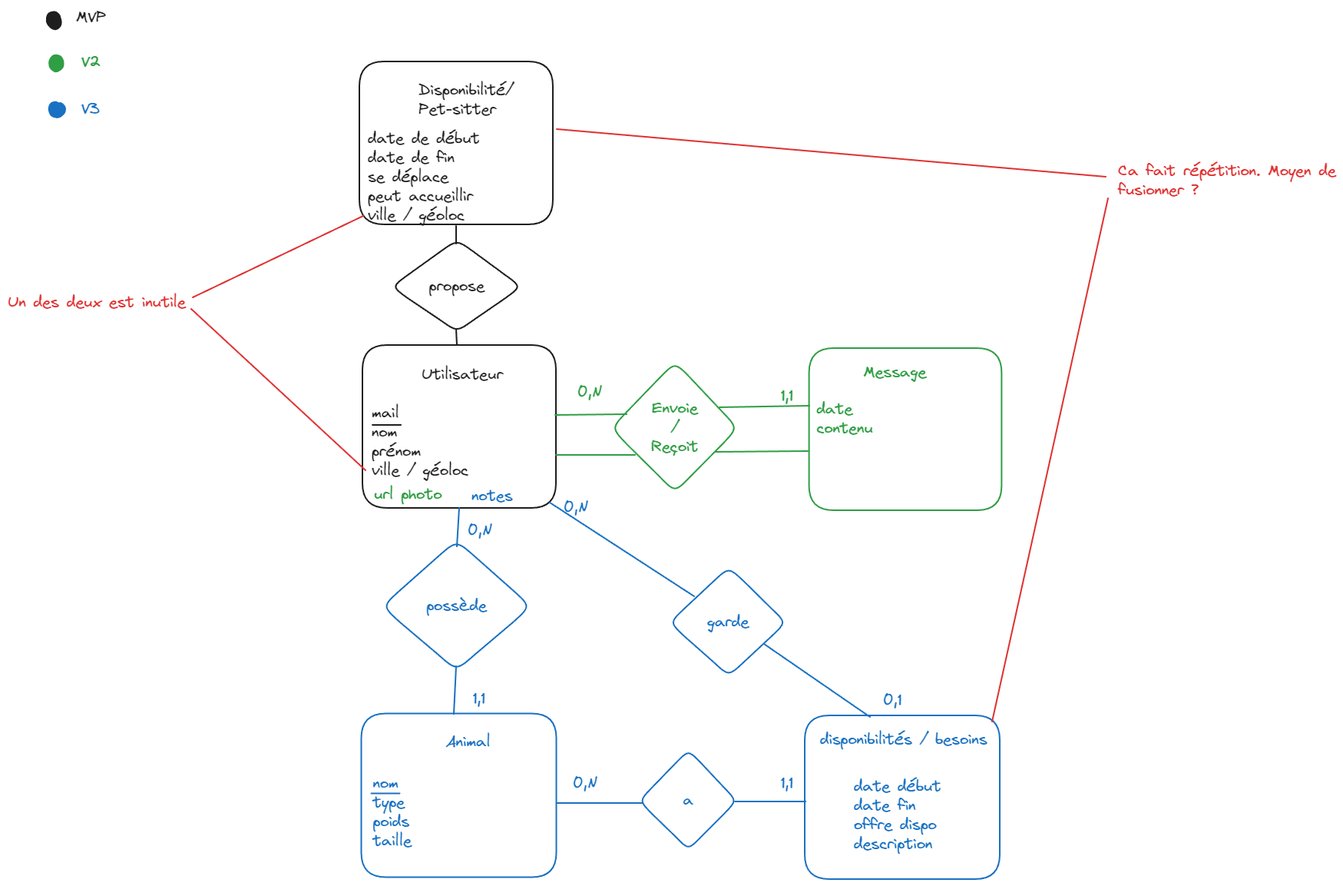
Earlier version of the Excalidraw export MCD_provisoir.excalidraw.png (GuillardPierre/apotheose). Source tidied: one line per element, renumbered; positions are measured from the earlier drawing's top-left corner, leaving out a move shared by most shapes.
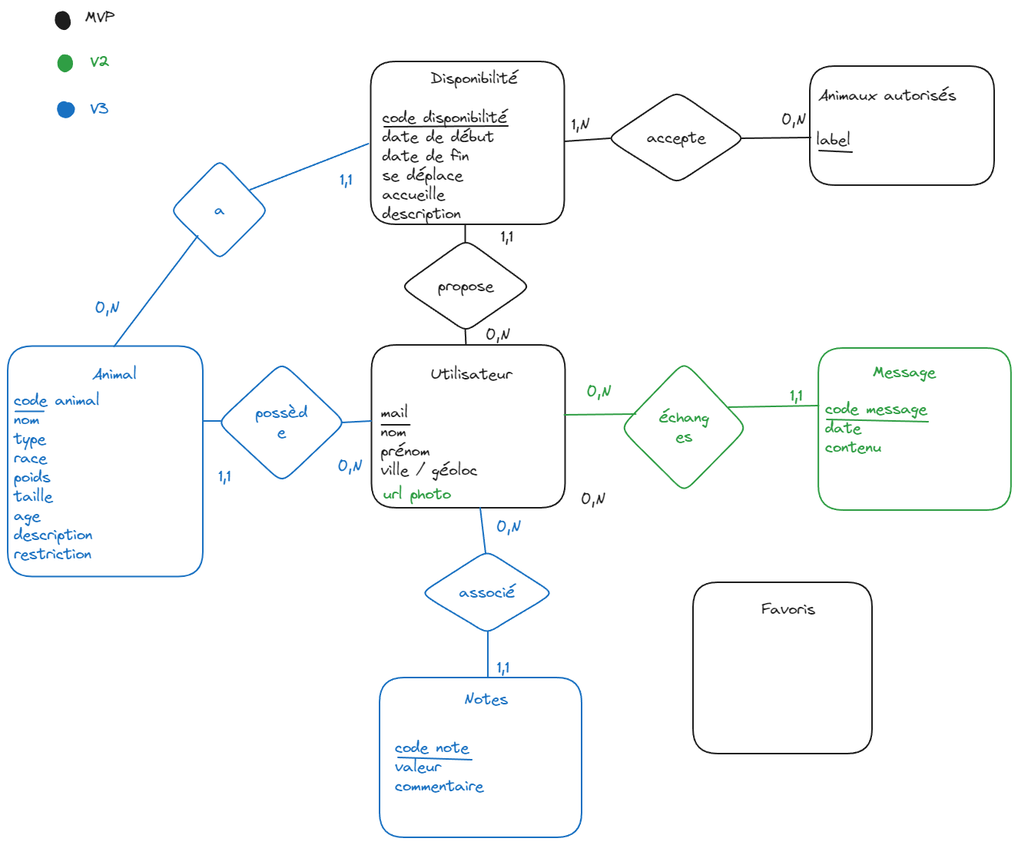
After the commit.

Commit message:
modification [à supprimer]

Diff of the diagram source:
```diff
@@ -2,60 +2,69 @@
 {"id": 1, "type": "text", "text": "Utilisateur", "strokeColor": "#1e1e1e", "strokeWidth": 2, "roughness": 0, "fontSize": 20, "fontFamily": 1, "x": 539, "y": 465, "width": 106, "height": 25}
 {"id": 2, "type": "text", "text": "mail \nnom\nprénom \nville / géoloc", "strokeColor": "#1e1e1e", "strokeWidth": 2, "roughness": 0, "fontSize": 20, "fontFamily": 1, "x": 474, "y": 515, "width": 126, "height": 100}
 {"id": 3, "type": "line", "strokeColor": "#1e1e1e", "strokeWidth": 2, "roughness": 0, "round": true, "x": 475, "y": 543, "width": 37, "height": 0, "points": [[0, 0], [37, 0]]}
-{"id": 4, "type": "rectangle", "strokeColor": "#1971c2", "strokeWidth": 2, "roughness": 0, "round": true, "x": 460, "y": 918, "width": 254, "height": 213}
+{"id": 4, "type": "rectangle", "strokeColor": "#1971c2", "strokeWidth": 2, "roughness": 0, "round": true, "x": -12, "y": 440, "width": 254, "height": 300}
-{"id": 5, "type": "text", "text": "Animal", "strokeColor": "#1971c2", "strokeWidth": 2, "roughness": 0, "fontSize": 20, "fontFamily": 1, "x": 570, "y": 942, "width": 58, "height": 25}
+{"id": 5, "type": "text", "text": "Animal", "strokeColor": "#1971c2", "strokeWidth": 2, "roughness": 0, "fontSize": 20, "fontFamily": 1, "x": 98, "y": 464, "width": 58, "height": 25}
-{"id": 6, "type": "text", "text": "nom \ntype\npoids\ntaille\n\n", "strokeColor": "#1971c2", "strokeWidth": 2, "roughness": 0, "fontSize": 20, "fontFamily": 1, "x": 476, "y": 996, "width": 50, "height": 150}
+{"id": 6, "type": "text", "text": "code animal \nnom \ntype\nrace\npoids\ntaille\nage\ndescription\nrestriction", "strokeColor": "#1971c2", "strokeWidth": 2, "roughness": 0, "fontSize": 20, "fontFamily": 1, "x": -4, "y": 498, "width": 122, "height": 225}
-{"id": 7, "type": "line", "strokeColor": "#1971c2", "strokeWidth": 2, "roughness": 0, "round": true, "x": 474, "y": 1022, "width": 37, "height": 0, "points": [[0, 0], [37, 0]]}
+{"id": 7, "type": "line", "strokeColor": "#1971c2", "strokeWidth": 2, "roughness": 0, "round": true, "x": -2, "y": 526, "width": 37, "height": 0, "points": [[0, 0], [37, 0]]}
 {"id": 8, "type": "rectangle", "strokeColor": "#2f9e44", "strokeWidth": 2, "roughness": 0, "round": true, "x": 1044, "y": 443, "width": 251, "height": 211}
 {"id": 9, "type": "text", "text": "Message", "strokeColor": "#2f9e44", "strokeWidth": 2, "roughness": 0, "fontSize": 19.91, "fontFamily": 1, "x": 1114, "y": 463, "width": 82, "height": 25}
-{"id": 10, "type": "text", "text": "date\ncontenu\n", "strokeColor": "#2f9e44", "strokeWidth": 2, "roughness": 0, "fontSize": 19.91, "fontFamily": 1, "x": 1054, "y": 511, "width": 73, "height": 75}
+{"id": 10, "type": "text", "text": "code message\ndate\ncontenu\n", "strokeColor": "#2f9e44", "strokeWidth": 2, "roughness": 0, "fontSize": 19.91, "fontFamily": 1, "x": 1053, "y": 511, "width": 132, "height": 100}
 {"id": 11, "type": "diamond", "strokeColor": "#2f9e44", "strokeWidth": 2, "roughness": 0, "round": true, "x": 786, "y": 461, "width": 165, "height": 170}
-{"id": 12, "type": "text", "text": "Envoie\n/\nReçoit", "strokeColor": "#2f9e44", "strokeWidth": 2, "roughness": 0, "fontSize": 20, "fontFamily": 1, "textAlign": "center", "verticalAlign": "middle", "inside": 11, "x": 840, "y": 508, "width": 58, "height": 75}
+{"id": 12, "type": "text", "text": "échang\nes", "strokeColor": "#2f9e44", "strokeWidth": 2, "roughness": 0, "fontSize": 20, "fontFamily": 1, "textAlign": "center", "verticalAlign": "middle", "inside": 11, "x": 836, "y": 521, "width": 65, "height": 50}
 {"id": 13, "type": "line", "strokeColor": "#2f9e44", "strokeWidth": 2, "roughness": 0, "round": true, "x": 713, "y": 530, "width": 93, "height": 1, "points": [[0, 0], [93, -1]]}
 {"id": 14, "type": "line", "strokeColor": "#2f9e44", "strokeWidth": 2, "roughness": 0, "round": true, "x": 927, "y": 520, "width": 117, "height": 2, "points": [[0, 0], [117, -2]]}
-{"id": 15, "type": "line", "strokeColor": "#2f9e44", "strokeWidth": 2, "roughness": 0, "round": true, "x": 1042, "y": 577, "width": 120, "height": 1, "points": [[0, 0], [-120, 1]]}
-{"id": 16, "type": "line", "strokeColor": "#2f9e44", "strokeWidth": 2, "roughness": 0, "round": true, "x": 817, "y": 582, "width": 103, "height": 0, "points": [[0, 0], [-103, 0]]}
-{"id": 17, "type": "diamond", "strokeColor": "#1971c2", "strokeWidth": 2, "roughness": 0, "round": true, "x": 488, "y": 693, "width": 194, "height": 170}
+{"id": 17, "type": "diamond", "strokeColor": "#1971c2", "strokeWidth": 2, "roughness": 0, "round": true, "x": 262, "y": 462, "width": 167, "height": 156}
-{"id": 18, "type": "text", "text": "possède", "strokeColor": "#1971c2", "strokeWidth": 2, "roughness": 0, "fontSize": 20, "fontFamily": 1, "textAlign": "center", "verticalAlign": "middle", "inside": 17, "x": 548, "y": 766, "width": 73, "height": 25}
+{"id": 18, "type": "text", "text": "possèd\ne", "strokeColor": "#1971c2", "strokeWidth": 2, "roughness": 0, "fontSize": 20, "fontFamily": 1, "textAlign": "center", "verticalAlign": "middle", "inside": 17, "x": 311, "y": 515, "width": 68, "height": 50}
-{"id": 19, "type": "line", "strokeColor": "#1971c2", "strokeWidth": 2, "roughness": 0, "round": true, "x": 588, "y": 651, "width": 3, "height": 50, "points": [[0, 0], [-3, 50]]}
-{"id": 20, "type": "line", "strokeColor": "#1971c2", "strokeWidth": 2, "roughness": 0, "round": true, "x": 584, "y": 857, "width": 3, "height": 62, "points": [[0, 0], [-3, 62]]}
-{"id": 21, "type": "diamond", "strokeColor": "#1971c2", "strokeWidth": 2, "roughness": 0, "round": true, "x": 822, "y": 966, "width": 127, "height": 130}
+{"id": 21, "type": "diamond", "strokeColor": "#1971c2", "strokeWidth": 2, "roughness": 0, "round": true, "x": 200, "y": 198, "width": 127, "height": 130}
-{"id": 22, "type": "text", "text": "a", "strokeColor": "#1971c2", "strokeWidth": 2, "roughness": 0, "fontSize": 20, "fontFamily": 1, "textAlign": "center", "verticalAlign": "middle", "inside": 21, "x": 881, "y": 1018, "width": 10, "height": 25}
+{"id": 22, "type": "text", "text": "a", "strokeColor": "#1971c2", "strokeWidth": 2, "roughness": 0, "fontSize": 20, "fontFamily": 1, "textAlign": "center", "verticalAlign": "middle", "inside": 21, "x": 259, "y": 250, "width": 10, "height": 25}
-{"id": 23, "type": "rectangle", "strokeColor": "#1971c2", "strokeWidth": 2, "roughness": 0, "round": true, "x": 1038, "y": 921, "width": 254, "height": 213}
-{"id": 24, "type": "text", "text": "disponibilités / besoins", "strokeColor": "#1971c2", "strokeWidth": 2, "roughness": 0, "fontSize": 20, "fontFamily": 1, "x": 1058, "y": 940, "width": 218, "height": 25}
-{"id": 25, "type": "text", "text": "date début\ndate fin\noffre dispo \ndescription", "strokeColor": "#1971c2", "strokeWidth": 2, "roughness": 0, "fontSize": 20, "fontFamily": 1, "x": 1102, "y": 1001, "width": 118, "height": 100}
-{"id": 26, "type": "line", "strokeColor": "#1971c2", "strokeWidth": 2, "roughness": 0, "round": true, "x": 715, "y": 1035, "width": 112, "height": 0, "points": [[0, 0], [112, 0]]}
+{"id": 26, "type": "line", "strokeColor": "#1971c2", "strokeWidth": 2, "roughness": 0, "round": true, "x": 127, "y": 441, "width": 109, "height": 144, "points": [[0, 0], [109, -144]]}
-{"id": 27, "type": "line", "strokeColor": "#1971c2", "strokeWidth": 2, "roughness": 0, "round": true, "x": 947, "y": 1033, "width": 92, "height": 0, "points": [[0, 0], [92, 0]]}
+{"id": 27, "type": "line", "strokeColor": "#1971c2", "strokeWidth": 2, "roughness": 0, "round": true, "x": 304, "y": 237, "width": 154, "height": 60, "points": [[0, 0], [154, -60]]}
-{"id": 28, "type": "diamond", "strokeColor": "#1971c2", "strokeWidth": 2, "roughness": 0, "round": true, "x": 862, "y": 728, "width": 152, "height": 142}
-{"id": 29, "type": "text", "text": "garde", "strokeColor": "#1971c2", "strokeWidth": 2, "roughness": 0, "fontSize": 20, "fontFamily": 1, "textAlign": "center", "verticalAlign": "middle", "inside": 28, "x": 913, "y": 786, "width": 51, "height": 25}
-{"id": 30, "type": "line", "strokeColor": "#1971c2", "strokeWidth": 2, "roughness": 0, "round": true, "x": 706, "y": 644, "width": 188, "height": 122, "points": [[0, 0], [188, 122]]}
-{"id": 31, "type": "line", "strokeColor": "#1971c2", "strokeWidth": 2, "roughness": 0, "round": true, "x": 985, "y": 828, "width": 138, "height": 95, "points": [[0, 0], [138, 95]]}
-{"id": 32, "type": "text", "text": "0,N", "strokeColor": "#1971c2", "strokeWidth": 2, "roughness": 0, "fontSize": 20, "fontFamily": 1, "x": 599, "y": 668, "width": 32, "height": 25}
+{"id": 32, "type": "text", "text": "0,N", "strokeColor": "#1971c2", "strokeWidth": 2, "roughness": 0, "fontSize": 20, "fontFamily": 1, "x": 418, "y": 585, "width": 32, "height": 25}
-{"id": 33, "type": "text", "text": "1,1", "strokeColor": "#1971c2", "strokeWidth": 2, "roughness": 0, "fontSize": 20, "fontFamily": 1, "x": 606, "y": 887, "width": 16, "height": 25}
+{"id": 33, "type": "text", "text": "1,1", "strokeColor": "#1971c2", "strokeWidth": 2, "roughness": 0, "fontSize": 20, "fontFamily": 1, "x": 263, "y": 598, "width": 16, "height": 25}
 {"id": 34, "type": "text", "text": "0,N", "strokeColor": "#2f9e44", "strokeWidth": 2, "roughness": 0, "fontSize": 20, "fontFamily": 1, "x": 742, "y": 488, "width": 32, "height": 25}
 {"id": 35, "type": "text", "text": "1,1", "strokeColor": "#2f9e44", "strokeWidth": 2, "roughness": 0, "fontSize": 20, "fontFamily": 1, "x": 1007, "y": 493, "width": 16, "height": 25}
-{"id": 36, "type": "text", "text": "0,N", "strokeColor": "#1971c2", "strokeWidth": 2, "roughness": 0, "fontSize": 20, "fontFamily": 1, "x": 724, "y": 638, "width": 32, "height": 25}
-{"id": 37, "type": "text", "text": "0,1", "strokeColor": "#1971c2", "strokeWidth": 2, "roughness": 0, "fontSize": 20, "fontFamily": 1, "x": 1140, "y": 889, "width": 24, "height": 25}
-{"id": 38, "type": "text", "text": "0,N", "strokeColor": "#1971c2", "strokeWidth": 2, "roughness": 0, "fontSize": 20, "fontFamily": 1, "x": 736, "y": 997, "width": 32, "height": 25}
+{"id": 38, "type": "text", "text": "0,N", "strokeColor": "#1971c2", "strokeWidth": 2, "roughness": 0, "fontSize": 20, "fontFamily": 1, "x": 102, "y": 379, "width": 32, "height": 25}
-{"id": 39, "type": "text", "text": "1,1", "strokeColor": "#1971c2", "strokeWidth": 2, "roughness": 0, "fontSize": 20, "fontFamily": 1, "x": 1007, "y": 997, "width": 16, "height": 25}
+{"id": 39, "type": "text", "text": "1,1", "strokeColor": "#1971c2", "strokeWidth": 2, "roughness": 0, "fontSize": 20, "fontFamily": 1, "x": 421, "y": 212, "width": 16, "height": 25}
-{"id": 40, "type": "rectangle", "strokeColor": "#1e1e1e", "strokeWidth": 2, "roughness": 0, "round": true, "x": 458, "y": 70, "width": 252, "height": 212}
+{"id": 40, "type": "rectangle", "strokeColor": "#1e1e1e", "strokeWidth": 2, "roughness": 0, "round": true, "x": 461, "y": 70, "width": 252, "height": 212}
-{"id": 41, "type": "text", "text": "Disponibilité/\nPet-sitter", "strokeColor": "#1e1e1e", "strokeWidth": 2, "roughness": 0, "fontSize": 20, "fontFamily": 1, "x": 535, "y": 95, "width": 123, "height": 50}
+{"id": 41, "type": "text", "text": "Disponibilité      ", "strokeColor": "#1e1e1e", "strokeWidth": 2, "roughness": 0, "fontSize": 20, "fontFamily": 1, "x": 539, "y": 80, "width": 173, "height": 25}
-{"id": 42, "type": "text", "text": "date de début\ndate de fin\nse déplace\npeut accueillir\nville / géoloc", "strokeColor": "#1e1e1e", "strokeWidth": 2, "roughness": 0, "fontSize": 20, "fontFamily": 1, "x": 469, "y": 158, "width": 146, "height": 125}
+{"id": 42, "type": "text", "text": "code disponibilité\ndate de début\ndate de fin\nse déplace\naccueille\ndescription", "strokeColor": "#1e1e1e", "strokeWidth": 2, "roughness": 0, "fontSize": 20, "fontFamily": 1, "x": 476, "y": 131, "width": 163, "height": 150}
-{"id": 43, "type": "line", "strokeColor": "#e03131", "strokeWidth": 2, "roughness": 0, "round": true, "x": 463, "y": 271, "width": 222, "height": 106, "points": [[0, 0], [-222, 106]]}
-{"id": 44, "type": "line", "strokeColor": "#e03131", "strokeWidth": 2, "roughness": 0, "round": true, "from": 2, "to": 45, "x": 466, "y": 602, "width": 227, "height": 210, "points": [[0, 0], [-227, -210]]}
-{"id": 45, "type": "text", "text": "Un des deux est inutile", "strokeColor": "#e03131", "strokeWidth": 2, "roughness": 0, "fontSize": 20, "fontFamily": 1, "x": 0, "y": 371, "width": 232, "height": 25}
 {"id": 46, "type": "diamond", "strokeColor": "#1e1e1e", "strokeWidth": 2, "roughness": 0, "round": true, "x": 500, "y": 302, "width": 169, "height": 120}
 {"id": 47, "type": "text", "text": "propose", "strokeColor": "#1e1e1e", "strokeWidth": 2, "roughness": 0, "fontSize": 20, "fontFamily": 1, "textAlign": "center", "verticalAlign": "middle", "inside": 46, "x": 548, "y": 350, "width": 73, "height": 25}
 {"id": 48, "type": "line", "strokeColor": "#1e1e1e", "strokeWidth": 2, "roughness": 0, "round": true, "x": 585, "y": 439, "width": 1, "height": 21, "points": [[0, 0], [-1, -21]]}
-{"id": 49, "type": "line", "strokeColor": "#1e1e1e", "strokeWidth": 2, "roughness": 0, "round": true, "x": 584, "y": 307, "width": 0, "height": 23, "points": [[0, 0], [0, -23]]}
+{"id": 49, "type": "line", "strokeColor": "#1e1e1e", "strokeWidth": 2, "roughness": 0, "round": true, "x": 584, "y": 306, "width": 0, "height": 23, "points": [[0, 0], [0, -23]]}
-{"id": 50, "type": "line", "strokeColor": "#e03131", "strokeWidth": 2, "roughness": 0, "round": true, "x": 715, "y": 158, "width": 715, "height": 62, "points": [[0, 0], [715, 62]]}
-{"id": 51, "type": "line", "strokeColor": "#e03131", "strokeWidth": 2, "roughness": 0, "round": true, "x": 1282, "y": 929, "width": 151, "height": 681, "points": [[0, 0], [151, -681]]}
-{"id": 52, "type": "text", "text": "Ca fait répétition. Moyen de\nfusionner ? ", "strokeColor": "#e03131", "strokeWidth": 2, "roughness": 0, "fontSize": 20, "fontFamily": 1, "x": 1446, "y": 200, "width": 284, "height": 50}
 {"id": 53, "type": "text", "text": "url photo", "strokeColor": "#2f9e44", "strokeWidth": 2, "roughness": 0, "fontSize": 20, "fontFamily": 1, "x": 477, "y": 621, "width": 88, "height": 25}
-{"id": 54, "type": "text", "text": "notes", "strokeColor": "#1971c2", "strokeWidth": 2, "roughness": 0, "fontSize": 20, "fontFamily": 1, "x": 604, "y": 623, "width": 54, "height": 25}
 {"id": 55, "type": "freedraw", "strokeColor": "#1971c2", "strokeWidth": 2, "roughness": 0, "x": 60, "y": 136, "width": 11, "height": 10, "points": [[0, 0], [1, -2], [3, -3], [4, -5], [6, -8], [8, -8], [10, -7], [10, -5], [10, -3], [9, -1], [7, 1], [5, 2], [3, 2], [1, 2], [0, -2], [-1, -5], [-1, -8], [1, -8], [3, -7], [4, -5], [5, -3], [5, -1], [3, -2], [5, -4], [7, -4]]}
 {"id": 56, "type": "freedraw", "strokeColor": "#2f9e44", "strokeWidth": 2, "roughness": 0, "x": 63, "y": 74, "width": 8, "height": 13, "points": [[0, 0], [0, 2], [0, 5], [-1, 5], [-2, 2], [-2, -1], [-1, -4], [-1, -6], [2, -6], [3, -4], [5, -3], [5, 0], [3, 2], [2, 4], [0, 4], [-3, 2], [-3, 0], [-3, -3], [-3, -5], [-2, -7], [1, -7], [2, -6], [3, -4], [4, -1], [4, 1], [3, 2]]}
 {"id": 57, "type": "freedraw", "strokeColor": "#1e1e1e", "strokeWidth": 2, "roughness": 0, "x": 59, "y": 15, "width": 9, "height": 14, "points": [[0, 0], [0, -1], [1, -1], [2, -2], [3, -2], [4, -2], [6, -2], [6, -1], [6, 0], [6, 2], [6, 3], [6, 4], [6, 5], [6, 7], [4, 8], [4, 9], [3, 9], [2, 9], [1, 9], [0, 9], [0, 7], [-2, 5], [-3, 2], [-3, 1], [-3, 0], [-3, -3], [-2, -4], [-1, -4], [0, -4], [1, -5], [2, -4], [3, -4], [3, -3], [4, -1], [4, 0], [4, 1], [4, 3], [3, 4], [2, 4], [1, 3], [0, 0]]}
 {"id": 58, "type": "text", "text": "MVP", "strokeColor": "#1e1e1e", "strokeWidth": 2, "roughness": 0, "fontSize": 20, "fontFamily": 1, "x": 89, "y": 0, "width": 39, "height": 25}
 {"id": 59, "type": "text", "text": "V2", "strokeColor": "#2f9e44", "strokeWidth": 2, "roughness": 0, "fontSize": 20, "fontFamily": 1, "x": 96, "y": 58, "width": 25, "height": 25}
 {"id": 60, "type": "text", "text": "V3", "strokeColor": "#1971c2", "strokeWidth": 2, "roughness": 0, "fontSize": 20, "fontFamily": 1, "x": 96, "y": 119, "width": 24, "height": 25}
+{"id": 61, "type": "rectangle", "strokeColor": "#1e1e1e", "strokeWidth": 2, "roughness": 0, "round": true, "x": 1032, "y": 76, "width": 240, "height": 155}
+{"id": 62, "type": "text", "text": "Animaux autorisés ", "strokeColor": "#1e1e1e", "strokeWidth": 2, "roughness": 0, "fontSize": 20, "fontFamily": 1, "x": 1044, "y": 102, "width": 190, "height": 25}
+{"id": 63, "type": "line", "strokeColor": "#1e1e1e", "strokeWidth": 2, "roughness": 0, "round": true, "x": 714, "y": 174, "width": 59, "height": 4, "points": [[0, 0], [59, -4]]}
+{"id": 64, "type": "diamond", "strokeColor": "#1e1e1e", "strokeWidth": 2, "roughness": 0, "round": true, "x": 768, "y": 109, "width": 180, "height": 120}
+{"id": 65, "type": "text", "text": "accepte", "strokeColor": "#1e1e1e", "strokeWidth": 2, "roughness": 0, "fontSize": 20, "fontFamily": 1, "textAlign": "center", "verticalAlign": "middle", "inside": 64, "x": 820, "y": 156, "width": 76, "height": 25}
+{"id": 66, "type": "line", "strokeColor": "#1e1e1e", "strokeWidth": 2, "roughness": 0, "round": true, "x": 944, "y": 170, "width": 90, "height": 1, "points": [[0, 0], [90, -1]]}
+{"id": 67, "type": "line", "strokeColor": "#1971c2", "strokeWidth": 2, "roughness": 0, "round": true, "x": 462, "y": 538, "width": 38, "height": 2, "points": [[0, 0], [-38, 2]]}
+{"id": 68, "type": "line", "strokeColor": "#1971c2", "strokeWidth": 2, "roughness": 0, "round": true, "x": 266, "y": 538, "width": 23, "height": 0, "points": [[0, 0], [-23, 0]]}
+{"id": 69, "type": "rectangle", "strokeColor": "#1971c2", "strokeWidth": 2, "roughness": 0, "round": true, "x": 472, "y": 872, "width": 263, "height": 208}
+{"id": 70, "type": "text", "text": "Notes", "strokeColor": "#1971c2", "strokeWidth": 2, "roughness": 0, "fontSize": 20, "fontFamily": 1, "x": 582, "y": 888, "width": 57, "height": 25}
+{"id": 71, "type": "text", "text": "code note\nvaleur\ncommentaire", "strokeColor": "#1971c2", "strokeWidth": 2, "roughness": 0, "fontSize": 20, "fontFamily": 1, "x": 492, "y": 951, "width": 115, "height": 75}
+{"id": 72, "type": "diamond", "strokeColor": "#1971c2", "strokeWidth": 2, "roughness": 0, "round": true, "x": 526, "y": 707, "width": 172, "height": 108}
+{"id": 73, "type": "text", "text": "associé", "strokeColor": "#1971c2", "strokeWidth": 2, "roughness": 0, "fontSize": 20, "fontFamily": 1, "textAlign": "center", "verticalAlign": "middle", "inside": 72, "x": 576, "y": 748, "width": 73, "height": 25}
+{"id": 74, "type": "line", "strokeColor": "#1971c2", "strokeWidth": 2, "roughness": 0, "round": true, "x": 604, "y": 651, "width": 7, "height": 59, "points": [[0, 0], [7, 59]]}
+{"id": 75, "type": "line", "strokeColor": "#1971c2", "strokeWidth": 2, "roughness": 0, "round": true, "x": 614, "y": 812, "width": 0, "height": 59, "points": [[0, 0], [0, 59]]}
+{"id": 76, "type": "text", "text": "0,N", "strokeColor": "#1971c2", "strokeWidth": 2, "roughness": 0, "fontSize": 20, "fontFamily": 1, "x": 624, "y": 664, "width": 32, "height": 25}
+{"id": 77, "type": "text", "text": "1,1", "strokeColor": "#1971c2", "strokeWidth": 2, "roughness": 0, "fontSize": 20, "fontFamily": 1, "x": 626, "y": 847, "width": 16, "height": 25}
+{"id": 78, "type": "text", "text": "0,N", "strokeColor": "#1e1e1e", "strokeWidth": 2, "roughness": 0, "fontSize": 20, "fontFamily": 1, "x": 610, "y": 414, "width": 32, "height": 25}
+{"id": 79, "type": "text", "text": "1,1", "strokeColor": "#1e1e1e", "strokeWidth": 2, "roughness": 0, "fontSize": 20, "fontFamily": 1, "x": 630, "y": 286, "width": 16, "height": 25}
+{"id": 80, "type": "text", "text": "1,N", "strokeColor": "#1e1e1e", "strokeWidth": 2, "roughness": 0, "fontSize": 20, "fontFamily": 1, "x": 722, "y": 140, "width": 23, "height": 25}
+{"id": 81, "type": "text", "text": "0,N", "strokeColor": "#1e1e1e", "strokeWidth": 2, "roughness": 0, "fontSize": 20, "fontFamily": 1, "x": 996, "y": 134, "width": 32, "height": 25}
+{"id": 82, "type": "text", "text": "label", "strokeColor": "#1e1e1e", "strokeWidth": 2, "roughness": 0, "fontSize": 20, "fontFamily": 1, "x": 1040, "y": 160, "width": 45, "height": 25}
+{"id": 83, "type": "line", "strokeColor": "#2f9e44", "strokeWidth": 2, "roughness": 0, "round": true, "x": 1186, "y": 539, "width": 132, "height": 3, "points": [[0, 0], [-132, -3]]}
+{"id": 84, "type": "line", "strokeColor": "#1971c2", "strokeWidth": 2, "roughness": 0, "round": true, "x": 592, "y": 979, "width": 96, "height": 3, "points": [[0, 0], [-96, -3]]}
+{"id": 85, "type": "line", "strokeColor": "#1e1e1e", "strokeWidth": 2, "roughness": 0, "round": true, "x": 640, "y": 154, "width": 161, "height": 1, "points": [[0, 0], [-161, 1]]}
+{"id": 86, "type": "line", "strokeColor": "#1e1e1e", "strokeWidth": 2, "roughness": 0, "round": true, "x": 1088, "y": 188, "width": 43, "height": 2, "points": [[0, 0], [-43, -2]]}
+{"id": 87, "type": "rectangle", "strokeColor": "#1e1e1e", "strokeWidth": 2, "roughness": 0, "round": true, "x": 880, "y": 748, "width": 233, "height": 223}
+{"id": 88, "type": "text", "text": "0,N", "strokeColor": "#1e1e1e", "strokeWidth": 2, "roughness": 0, "fontSize": 20, "fontFamily": 1, "x": 734, "y": 628, "width": 32, "height": 25}
+{"id": 89, "type": "text", "text": "Favoris", "strokeColor": "#1e1e1e", "strokeWidth": 2, "roughness": 0, "fontSize": 20, "fontFamily": 1, "x": 970, "y": 771, "width": 70, "height": 25}
```
